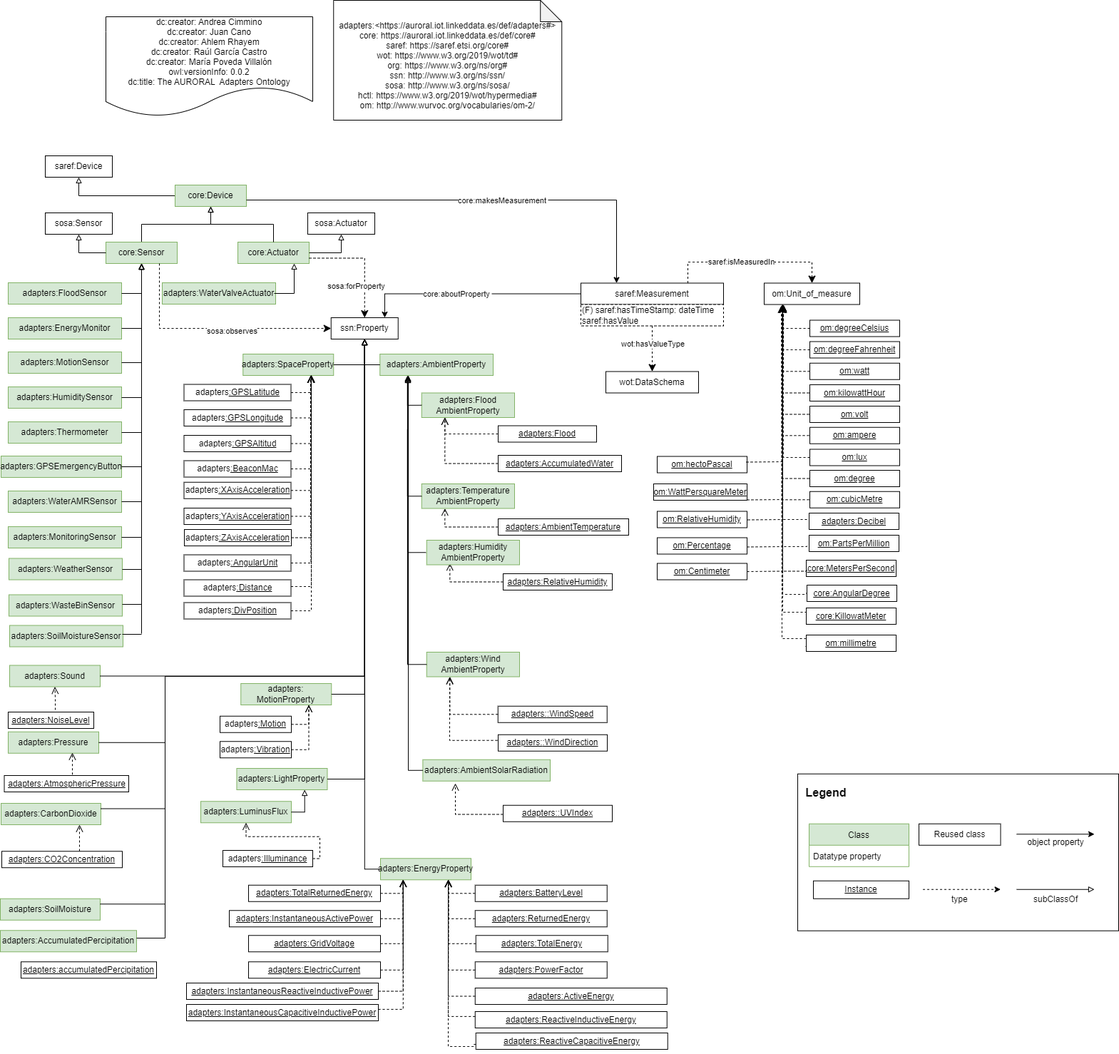
Before: Diagrams/adapters.png, a diagram exported from draw.io (oeg-upm/auroral-adapters-ontology). Source tidied: cells renumbered, new cells last; positions are measured from the earlier drawing's top-left corner, leaving out a move shared by most shapes.
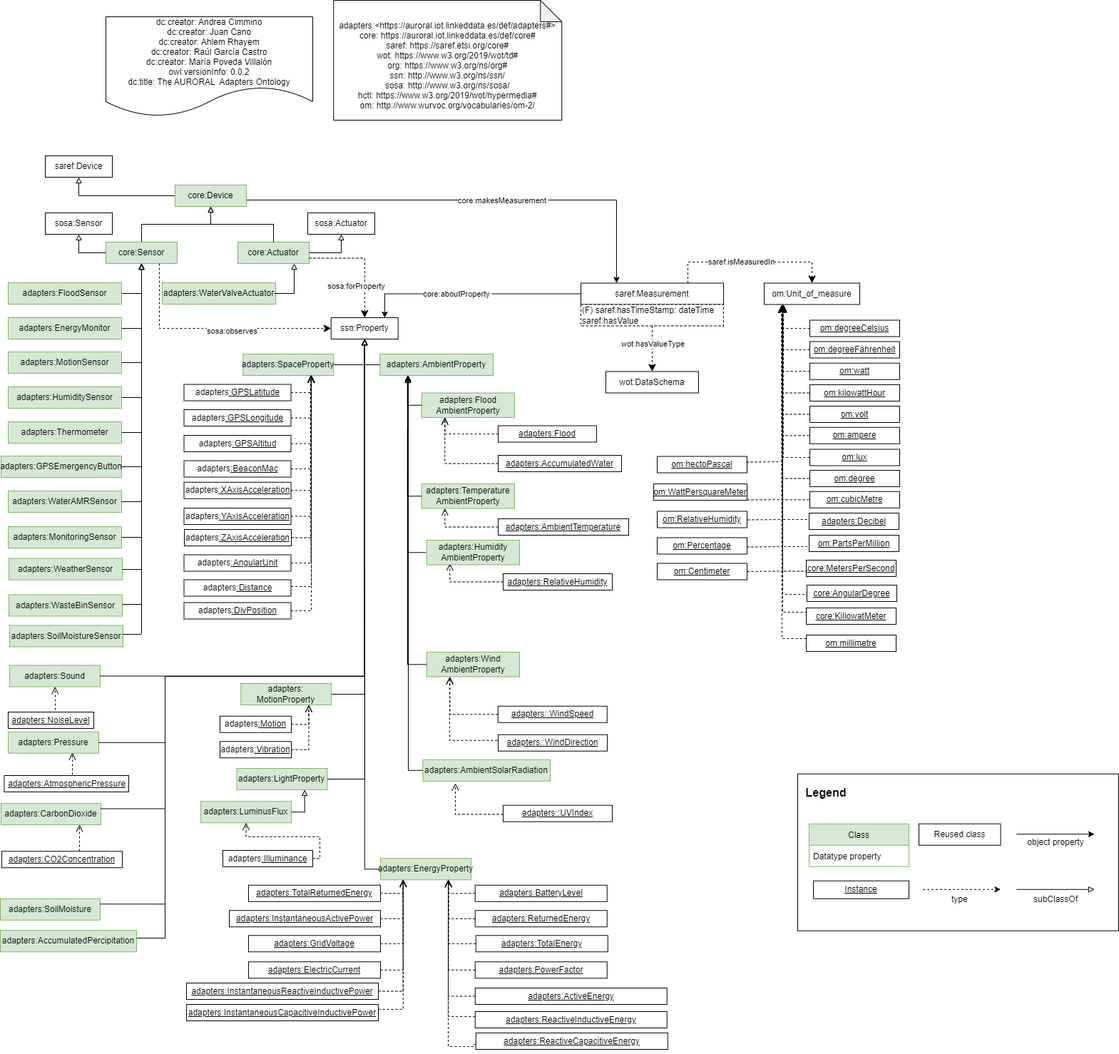
After the change.

Diff of the diagram source:
```diff
@@ -736,9 +736,6 @@
     <mxCell id="194" value="adapters:SoilMoisture" style="rounded=0;whiteSpace=wrap;html=1;fillColor=#d5e8d4;strokeColor=#82b366;" parent="1" vertex="1">
       <mxGeometry y="1259.8" width="140" height="30" as="geometry" />
     </mxCell>
-    <mxCell id="195" value="&lt;u&gt;adapters:accumulatedPercipitation&lt;/u&gt;" style="rounded=0;whiteSpace=wrap;html=1;" parent="1" vertex="1">
-      <mxGeometry x="29" y="1348.2" width="190" height="23" as="geometry" />
-    </mxCell>
     <mxCell id="196" value="&lt;u&gt;adapters:InstantaneousReactiveInductivePower&lt;/u&gt;" style="rounded=0;whiteSpace=wrap;html=1;snapToPoint=1;points=[[0.1,0],[0.2,0],[0.3,0],[0.4,0],[0.5,0],[0.6,0],[0.7,0],[0.8,0],[0.9,0],[0,0.1],[0,0.3],[0,0.5],[0,0.7],[0,0.9],[0.1,1],[0.2,1],[0.3,1],[0.4,1],[0.5,1],[0.6,1],[0.7,1],[0.8,1],[0.9,1],[1,0.1],[1,0.3],[1,0.5],[1,0.7],[1,0.9]];" parent="1" vertex="1">
       <mxGeometry x="261" y="1378" width="269" height="23" as="geometry" />
     </mxCell>
```
